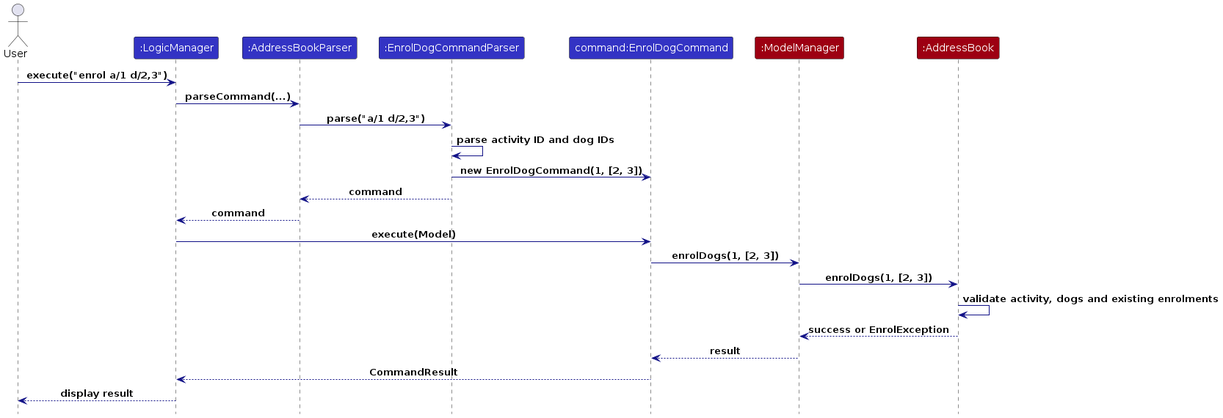
Before: diagrams/EnrolDogSequenceDiagram.png, a diagram exported from PlantUML (AY2627S1-CS2103T-T15-4/tp). Its source is kept beside it as diagrams/EnrolDogSequenceDiagram.puml.
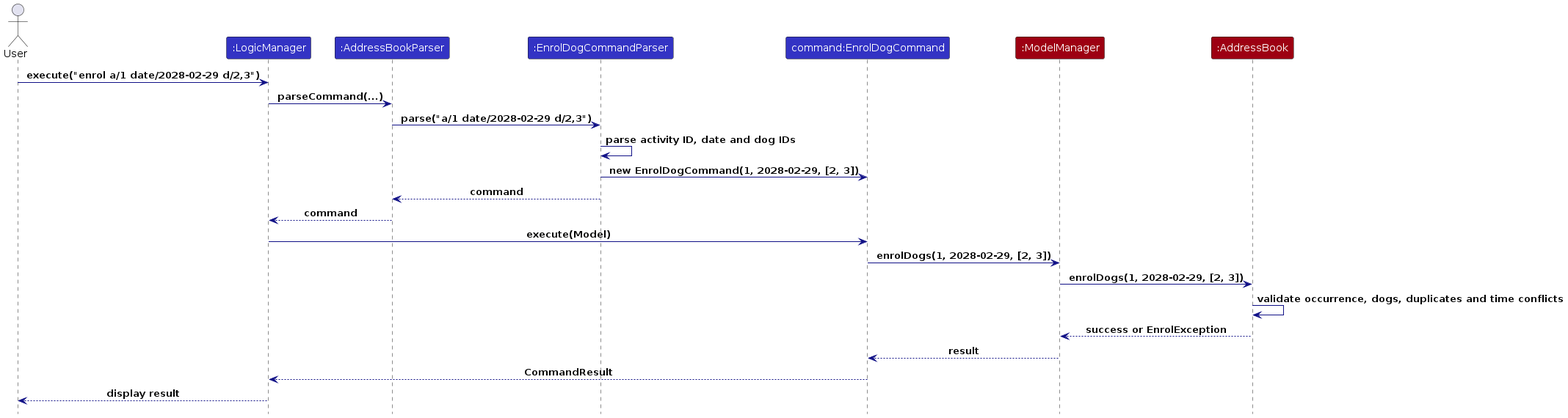
Later version of the same file.

The edit, as a diff of the source:
```diff
@@ -10,17 +10,17 @@
 participant ":ModelManager" as Model MODEL_COLOR
 participant ":AddressBook" as Book MODEL_COLOR
 
-User -> Logic : execute("enrol a/1 d/2,3")
+User -> Logic : execute("enrol a/1 date/2028-02-29 d/2,3")
 Logic -> Router : parseCommand(...)
-Router -> Parser : parse("a/1 d/2,3")
-Parser -> Parser : parse activity ID and dog IDs
-Parser -> Command : new EnrolDogCommand(1, [2, 3])
+Router -> Parser : parse("a/1 date/2028-02-29 d/2,3")
+Parser -> Parser : parse activity ID, date and dog IDs
+Parser -> Command : new EnrolDogCommand(1, 2028-02-29, [2, 3])
 Parser --> Router : command
 Router --> Logic : command
 Logic -> Command : execute(Model)
-Command -> Model : enrolDogs(1, [2, 3])
-Model -> Book : enrolDogs(1, [2, 3])
-Book -> Book : validate activity, dogs and existing enrolments
+Command -> Model : enrolDogs(1, 2028-02-29, [2, 3])
+Model -> Book : enrolDogs(1, 2028-02-29, [2, 3])
+Book -> Book : validate occurrence, dogs, duplicates and time conflicts
 Book --> Model : success or EnrolException
 Model --> Command : result
 Command --> Logic : CommandResult
```
